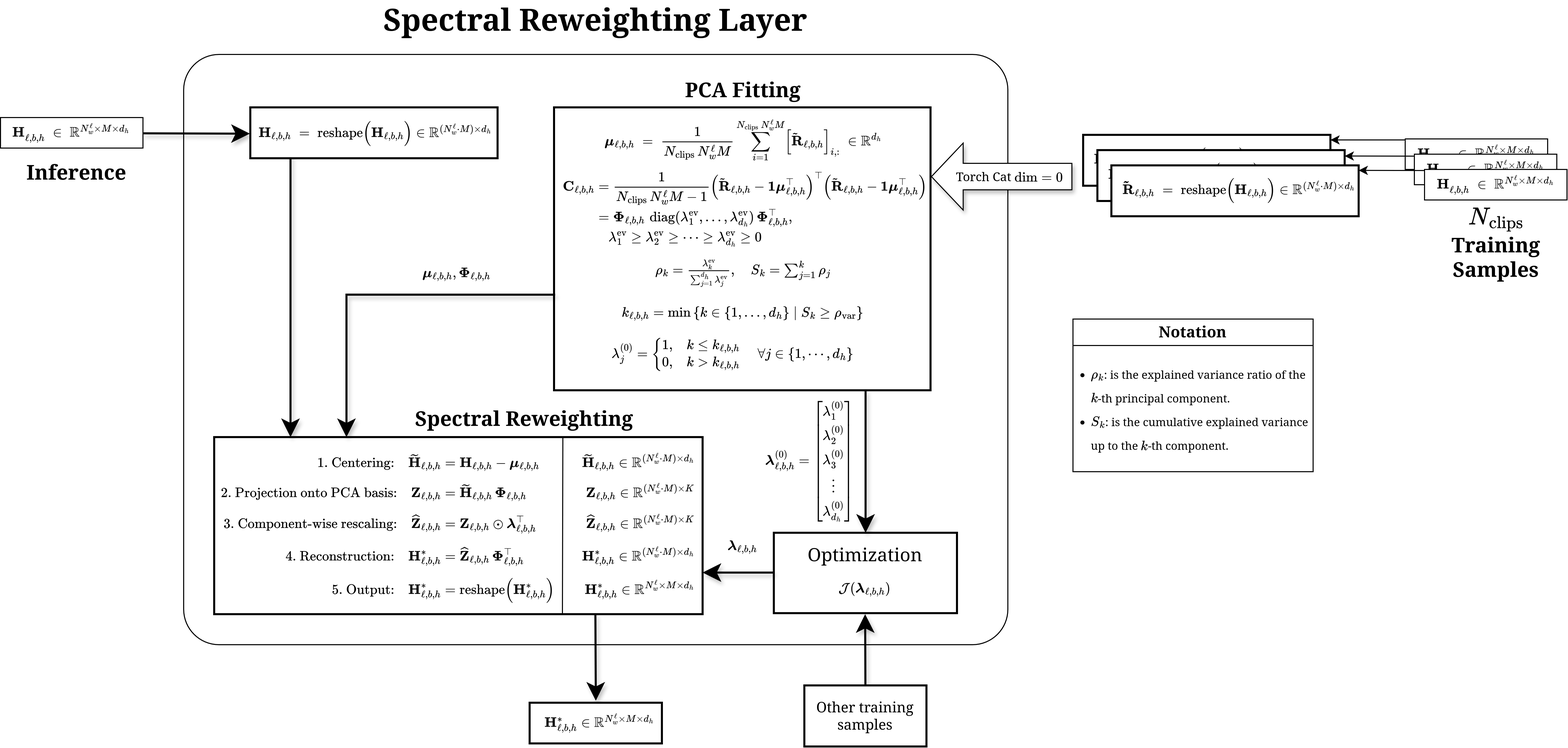
lorenzo-arcioni/ResiDual-CLAP keeps this draw.io diagram as report/images/sw-mha.spectral.drawio.png. Above is the earlier version. Source tidied: cells renumbered, new cells last; positions are measured from the earlier drawing's top-left corner, leaving out a move shared by most shapes.
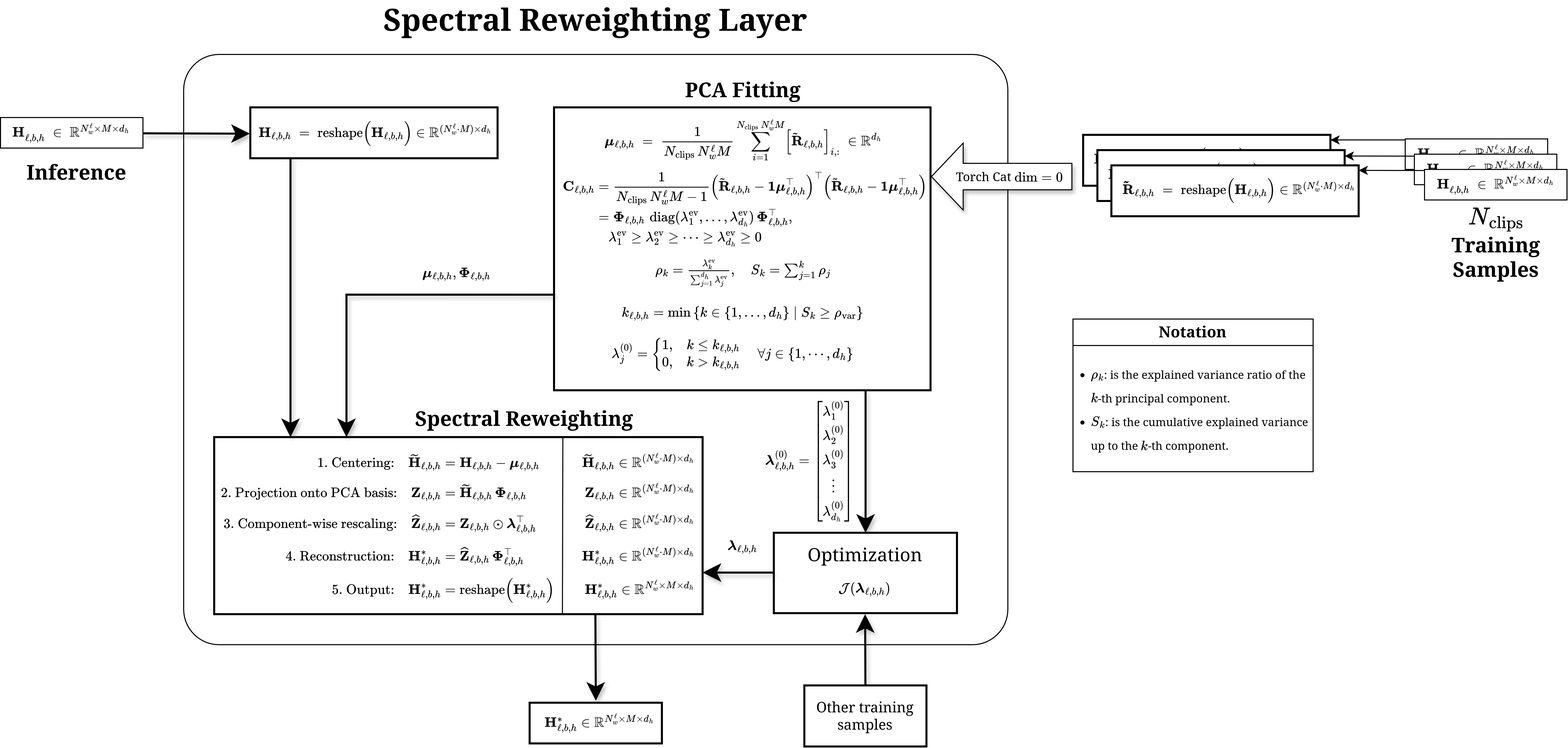
Above is the later version.

Change to the diagram source:
```diff
@@ -78,7 +78,7 @@
     <mxCell id="21" value="\(\mathbf{H}^*_{\ell,b,h} \in \mathbb{R}^{N_w^\ell \times M \times d_h}&lt;br&gt;\)" style="text;html=1;whiteSpace=wrap;strokeColor=none;fillColor=none;align=center;verticalAlign=middle;rounded=0;" parent="1" vertex="1">
       <mxGeometry x="558.7" y="692" width="60" height="30" as="geometry" />
     </mxCell>
-    <mxCell id="22" value="\(\begin{align}&lt;br&gt;\text{1. Centering:} \quad&amp;nbsp;&lt;br&gt;\widetilde{\mathbf{H}}_{\ell,b,h}&amp;nbsp;&lt;br&gt;&amp;amp;= \mathbf{H}_{\ell,b,h} - \boldsymbol{\mu}_{\ell,b,h}&lt;br&gt;&amp;amp;\widetilde{\mathbf{H}}_{\ell,b,h} \in \mathbb{R}^{(N_w^\ell \cdot M) \times d_h} \\[2mm]&lt;br&gt;&lt;br&gt;\text{2. Projection onto PCA basis:} \quad&lt;br&gt;\mathbf{Z}_{\ell,b,h}&amp;nbsp;&lt;br&gt;&amp;amp;= \widetilde{\mathbf{H}}_{\ell,b,h} \, \boldsymbol{\Phi}_{\ell,b,h}&lt;br&gt;&amp;amp;\mathbf{Z}_{\ell,b,h} \in \mathbb{R}^{(N_w^\ell \cdot M) \times K} \\[2mm]&lt;br&gt;&lt;br&gt;\text{3. Component-wise rescaling:} \quad&lt;br&gt;\widehat{\mathbf{Z}}_{\ell,b,h}&amp;nbsp;&lt;br&gt;&amp;amp;= \mathbf{Z}_{\ell,b,h} \odot \boldsymbol{\lambda}_{\ell,b,h}^\top&lt;br&gt;&amp;amp;\widehat{\mathbf{Z}}_{\ell,b,h} \in \mathbb{R}^{(N_w^\ell \cdot M) \times K} \\[2mm]&lt;br&gt;&lt;br&gt;\text{4. Reconstruction:} \quad&lt;br&gt;\mathbf{H}^*_{\ell,b,h}&amp;nbsp;&lt;br&gt;&amp;amp;= \widehat{\mathbf{Z}}_{\ell,b,h} \, \boldsymbol{\Phi}_{\ell,b,h}^\top&lt;br&gt;&amp;amp;\mathbf{H}^*_{\ell,b,h} \in \mathbb{R}^{(N_w^\ell \cdot M) \times d_h} \\[2mm]&lt;br&gt;&lt;br&gt;\text{5. Output:} \quad&lt;br&gt;\mathbf{H}^*_{\ell,b,h}&lt;br&gt;&amp;amp;= \operatorname{reshape }\bigl(\mathbf{H}^*_{\ell,b,h}\bigr)&lt;br&gt;&amp;amp;\mathbf{H}^*_{\ell,b,h} \in \mathbb{R}^{N_w^\ell \times M \times d_h} \\[2mm]&lt;br&gt;\end{align}\)" style="text;html=1;whiteSpace=wrap;strokeColor=none;fillColor=none;align=center;verticalAlign=middle;rounded=0;" parent="1" vertex="1">
+    <mxCell id="22" value="\(\begin{align}&lt;br&gt;\text{1. Centering:} \quad&amp;nbsp;&lt;br&gt;\widetilde{\mathbf{H}}_{\ell,b,h}&amp;nbsp;&lt;br&gt;&amp;amp;= \mathbf{H}_{\ell,b,h} - \boldsymbol{\mu}_{\ell,b,h}&lt;br&gt;&amp;amp;\widetilde{\mathbf{H}}_{\ell,b,h} \in \mathbb{R}^{(N_w^\ell \cdot M) \times d_h} \\[2mm]&lt;br&gt;&lt;br&gt;\text{2. Projection onto PCA basis:} \quad&lt;br&gt;\mathbf{Z}_{\ell,b,h}&amp;nbsp;&lt;br&gt;&amp;amp;= \widetilde{\mathbf{H}}_{\ell,b,h} \, \boldsymbol{\Phi}_{\ell,b,h}&lt;br&gt;&amp;amp;\mathbf{Z}_{\ell,b,h} \in \mathbb{R}^{(N_w^\ell \cdot M) \times d_h} \\[2mm]&lt;br&gt;&lt;br&gt;\text{3. Component-wise rescaling:} \quad&lt;br&gt;\widehat{\mathbf{Z}}_{\ell,b,h}&amp;nbsp;&lt;br&gt;&amp;amp;= \mathbf{Z}_{\ell,b,h} \odot \boldsymbol{\lambda}_{\ell,b,h}^\top&lt;br&gt;&amp;amp;\widehat{\mathbf{Z}}_{\ell,b,h} \in \mathbb{R}^{(N_w^\ell \cdot M) \times d_h} \\[2mm]&lt;br&gt;&lt;br&gt;\text{4. Reconstruction:} \quad&lt;br&gt;\mathbf{H}^*_{\ell,b,h}&amp;nbsp;&lt;br&gt;&amp;amp;= \widehat{\mathbf{Z}}_{\ell,b,h} \, \boldsymbol{\Phi}_{\ell,b,h}^\top&lt;br&gt;&amp;amp;\mathbf{H}^*_{\ell,b,h} \in \mathbb{R}^{(N_w^\ell \cdot M) \times d_h} \\[2mm]&lt;br&gt;&lt;br&gt;\text{5. Output:} \quad&lt;br&gt;\mathbf{H}^*_{\ell,b,h}&lt;br&gt;&amp;amp;= \operatorname{reshape }\bigl(\mathbf{H}^*_{\ell,b,h}\bigr)&lt;br&gt;&amp;amp;\mathbf{H}^*_{\ell,b,h} \in \mathbb{R}^{N_w^\ell \times M \times d_h} \\[2mm]&lt;br&gt;\end{align}\)" style="text;html=1;whiteSpace=wrap;strokeColor=none;fillColor=none;align=center;verticalAlign=middle;rounded=0;" parent="1" vertex="1">
       <mxGeometry x="180" y="486" width="540" height="57" as="geometry" />
     </mxCell>
     <mxCell id="23" value="&lt;span style=&quot;&quot;&gt;\(\mathbf{H}_{\ell,b,h}^{\phantom{1}}&lt;br&gt;\;\in\;&lt;br&gt;\mathbb{R}^{N_w^\ell \times M \times d_h}\)&lt;/span&gt;" style="text;html=1;whiteSpace=wrap;strokeColor=#000000;fillColor=default;align=center;verticalAlign=middle;rounded=0;fontColor=#000000;" parent="1" vertex="1">
```
